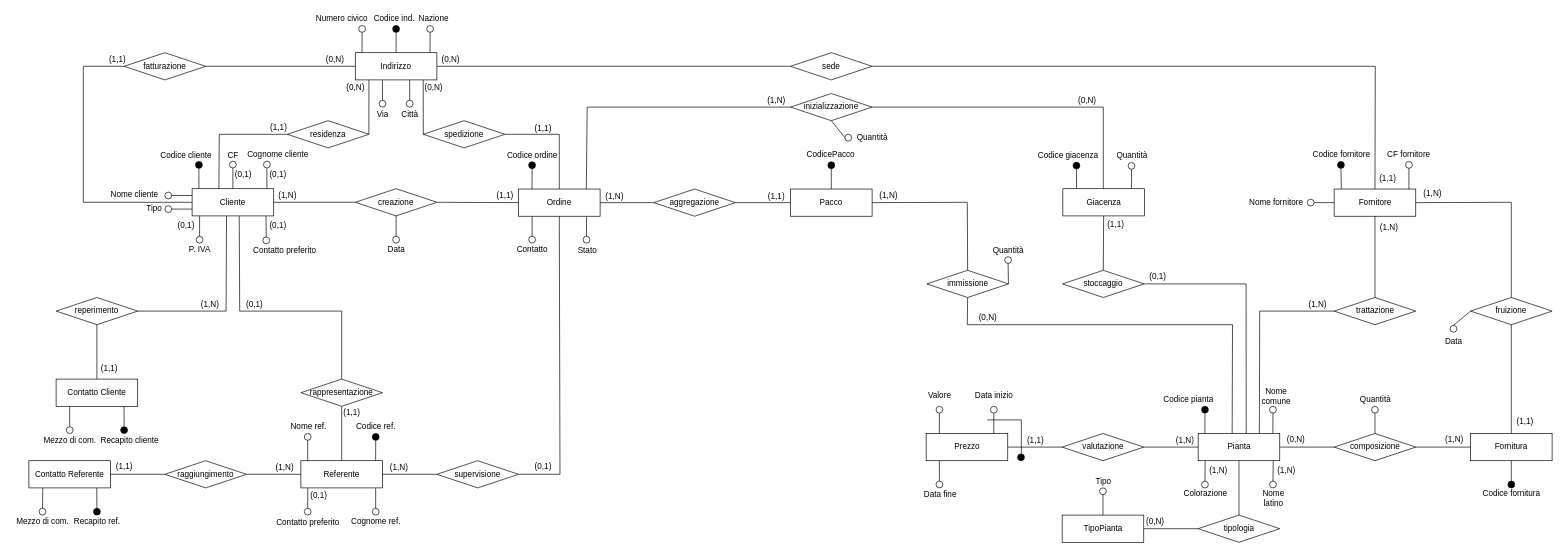
Earlier version of the draw.io diagram ER-diagrams/ER-master-bis.drawio (nic-agos/Verde-S.R.L). Source tidied: cells renumbered, new cells numbered last; positions are measured from the earlier drawing's top-left corner, leaving out a move shared by most shapes. Both pictures are drawn from the tidied source at 68%, with x=0, y=0 at pixel (12, 12).
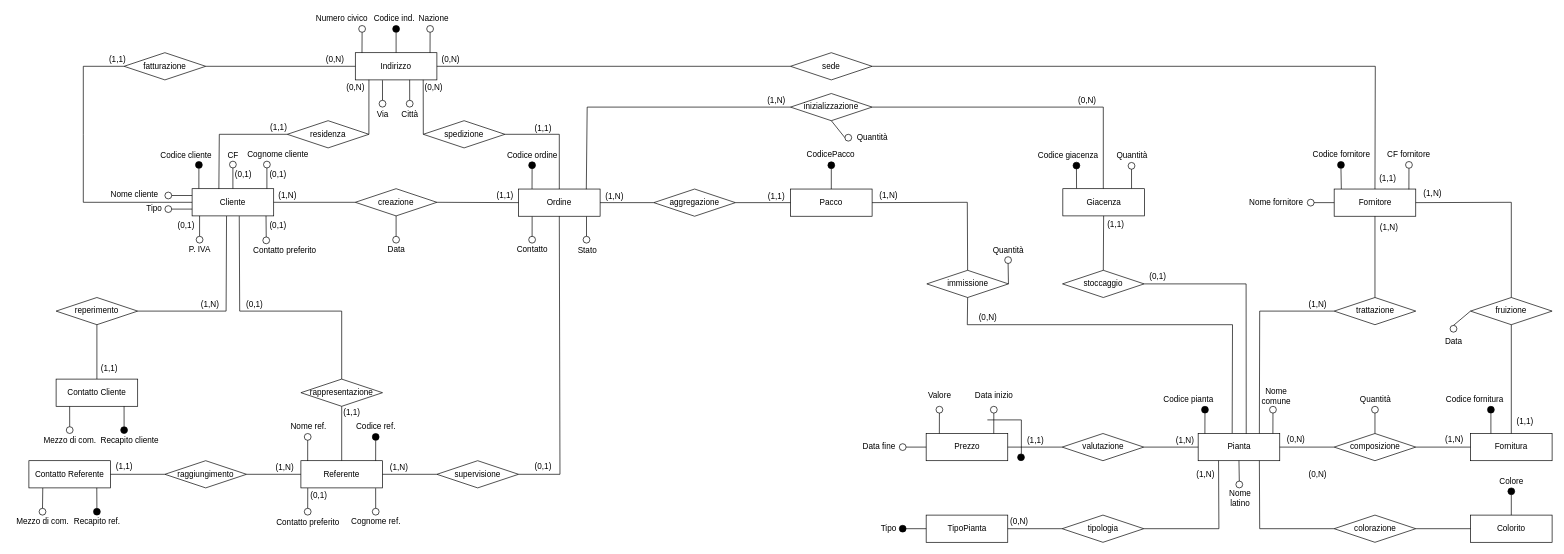
After the change.

Unchanged cells that the change refers to:
```xml
<mxCell id="67" value="Pianta" style="rounded=0;whiteSpace=wrap;html=1;strokeWidth=1;perimeterSpacing=0;" parent="1" vertex="1">
  <mxGeometry x="1744.5" y="620" width="120" height="40" as="geometry" />
</mxCell>
<mxCell id="75" value="Prezzo" style="rounded=0;whiteSpace=wrap;html=1;strokeWidth=1;perimeterSpacing=0;" parent="1" vertex="1">
  <mxGeometry x="1344.5" y="620" width="120" height="40" as="geometry" />
</mxCell>
<mxCell id="106" value="Fornitura" style="rounded=0;whiteSpace=wrap;html=1;strokeWidth=1;perimeterSpacing=0;" parent="1" vertex="1">
  <mxGeometry x="2145" y="620" width="120" height="40" as="geometry" />
</mxCell>
```

Diff of the diagram source:
```diff
@@
     <mxCell id="71" value="Nome &lt;br&gt;latino" style="text;html=1;align=center;verticalAlign=middle;strokeColor=none;fillColor=none;" parent="1" vertex="1">
-      <mxGeometry x="1829.5" y="700" width="50" height="30" as="geometry" />
+      <mxGeometry x="1781" y="700" width="50" height="30" as="geometry" />
     </mxCell>
@@
     <mxCell id="110" style="ellipse;whiteSpace=wrap;html=1;strokeWidth=1;fillColor=none;" parent="1" vertex="1">
-      <mxGeometry x="1849.5" y="690" width="10" height="10" as="geometry" />
+      <mxGeometry x="1800" y="690" width="10" height="10" as="geometry" />
     </mxCell>
-    <mxCell id="111" style="endArrow=none;html=1;rounded=0;exitX=0.5;exitY=0;exitDx=0;exitDy=0;entryX=0.92;entryY=1.001;entryDx=0;entryDy=0;entryPerimeter=0;" parent="1" edge="1" source="110" target="67">
+    <mxCell id="111" style="endArrow=none;html=1;rounded=0;exitX=0.5;exitY=0;exitDx=0;exitDy=0;entryX=0.5;entryY=1;entryDx=0;entryDy=0;" parent="1" edge="1" source="110" target="67">
       <mxGeometry relative="1" as="geometry" />
     </mxCell>
@@
     <mxCell id="130" style="ellipse;whiteSpace=wrap;html=1;strokeWidth=1;fillColor=#000000;" parent="1" vertex="1">
-      <mxGeometry x="2200" y="690" width="10" height="10" as="geometry" />
+      <mxGeometry x="2170" y="580" width="10" height="10" as="geometry" />
     </mxCell>
-    <mxCell id="131" style="endArrow=none;html=1;rounded=0;entryX=0.5;entryY=1;entryDx=0;entryDy=0;exitX=0.5;exitY=0;exitDx=0;exitDy=0;" parent="1" edge="1" source="130" target="106">
+    <mxCell id="131" style="endArrow=none;html=1;rounded=0;entryX=0.25;entryY=0;entryDx=0;entryDy=0;exitX=0.5;exitY=1;exitDx=0;exitDy=0;" parent="1" edge="1" source="130" target="106">
       <mxGeometry relative="1" as="geometry" />
     </mxCell>
     <mxCell id="132" value="Codice fornitura" style="text;html=1;align=center;verticalAlign=middle;strokeColor=none;fillColor=none;" parent="1" vertex="1">
-      <mxGeometry x="2155" y="699" width="100" height="20" as="geometry" />
+      <mxGeometry x="2101" y="560" width="100" height="20" as="geometry" />
     </mxCell>
@@
     <mxCell id="145" style="ellipse;whiteSpace=wrap;html=1;strokeWidth=1;fillColor=none;" parent="1" vertex="1">
-      <mxGeometry x="1359" y="690" width="10" height="10" as="geometry" />
+      <mxGeometry x="1305" y="635" width="10" height="10" as="geometry" />
     </mxCell>
-    <mxCell id="146" style="endArrow=none;html=1;rounded=0;exitX=0.5;exitY=0;exitDx=0;exitDy=0;entryX=0.162;entryY=1.011;entryDx=0;entryDy=0;entryPerimeter=0;" parent="1" edge="1" source="145" target="75">
+    <mxCell id="146" style="endArrow=none;html=1;rounded=0;exitX=1;exitY=0.5;exitDx=0;exitDy=0;entryX=0;entryY=0.5;entryDx=0;entryDy=0;" parent="1" edge="1" source="145" target="75">
       <mxGeometry relative="1" as="geometry" />
     </mxCell>
     <mxCell id="147" value="Data fine" style="text;html=1;align=center;verticalAlign=middle;strokeColor=none;fillColor=none;" parent="1" vertex="1">
-      <mxGeometry x="1335" y="700" width="60" height="20" as="geometry" />
+      <mxGeometry x="1245" y="629" width="60" height="20" as="geometry" />
     </mxCell>
@@
-    <mxCell id="156" style="ellipse;whiteSpace=wrap;html=1;strokeWidth=1;fillColor=none;" parent="1" vertex="1">
-      <mxGeometry x="1749.5" y="690.1" width="10" height="10" as="geometry" />
-    </mxCell>
-    <mxCell id="157" style="endArrow=none;html=1;rounded=0;exitX=0.5;exitY=0;exitDx=0;exitDy=0;entryX=0.086;entryY=1.001;entryDx=0;entryDy=0;entryPerimeter=0;" parent="1" edge="1" source="156" target="67">
-      <mxGeometry relative="1" as="geometry" />
-    </mxCell>
-    <mxCell id="158" style="endArrow=none;html=1;rounded=0;exitX=0.5;exitY=0;exitDx=0;exitDy=0;entryX=0.5;entryY=1;entryDx=0;entryDy=0;" parent="1" edge="1" source="227" target="67">
-      <mxGeometry relative="1" as="geometry" />
-    </mxCell>
-    <mxCell id="159" value="Colorazione" style="text;html=1;align=center;verticalAlign=middle;strokeColor=none;fillColor=none;" parent="1" vertex="1">
-      <mxGeometry x="1714.5" y="699" width="80" height="20" as="geometry" />
-    </mxCell>
     <mxCell id="160" value="(1,N)" style="text;html=1;align=center;verticalAlign=middle;strokeColor=none;fillColor=none;" parent="1" vertex="1">
-      <mxGeometry x="1853.5" y="665" width="40" height="20" as="geometry" />
+      <mxGeometry x="1734.5" y="670" width="40" height="20" as="geometry" />
     </mxCell>
-    <mxCell id="161" value="(1,N)" style="text;html=1;align=center;verticalAlign=middle;strokeColor=none;fillColor=none;" parent="1" vertex="1">
-      <mxGeometry x="1753.5" y="665" width="40" height="20" as="geometry" />
-    </mxCell>
@@
     <mxCell id="226" value="TipoPianta" style="rounded=0;whiteSpace=wrap;html=1;strokeWidth=1;perimeterSpacing=0;" parent="1" vertex="1">
-      <mxGeometry x="1544.5" y="740" width="120" height="40" as="geometry" />
+      <mxGeometry x="1344.5" y="740" width="120" height="40" as="geometry" />
     </mxCell>
     <mxCell id="227" value="tipologia" style="rhombus;whiteSpace=wrap;html=1;" parent="1" vertex="1">
-      <mxGeometry x="1744.5" y="740" width="120" height="40" as="geometry" />
+      <mxGeometry x="1544.5" y="740" width="120" height="40" as="geometry" />
     </mxCell>
@@
     <mxCell id="229" value="(0,N)" style="text;html=1;align=center;verticalAlign=middle;strokeColor=none;fillColor=none;" parent="1" vertex="1">
-      <mxGeometry x="1661" y="740" width="40" height="20" as="geometry" />
+      <mxGeometry x="1461" y="740" width="40" height="20" as="geometry" />
     </mxCell>
-    <mxCell id="230" style="ellipse;whiteSpace=wrap;html=1;strokeWidth=1;fillColor=none;" parent="1" vertex="1">
-      <mxGeometry x="1599.5" y="700" width="10" height="10" as="geometry" />
+    <mxCell id="230" style="ellipse;whiteSpace=wrap;html=1;strokeWidth=1;fillColor=#000000;" parent="1" vertex="1">
+      <mxGeometry x="1305" y="755" width="10" height="10" as="geometry" />
     </mxCell>
-    <mxCell id="231" style="endArrow=none;html=1;rounded=0;exitX=0.5;exitY=0;exitDx=0;exitDy=0;entryX=0.5;entryY=1;entryDx=0;entryDy=0;" parent="1" edge="1" source="226" target="230">
+    <mxCell id="231" style="endArrow=none;html=1;rounded=0;exitX=0;exitY=0.5;exitDx=0;exitDy=0;entryX=1;entryY=0.5;entryDx=0;entryDy=0;" parent="1" edge="1" source="226" target="230">
       <mxGeometry relative="1" as="geometry" />
     </mxCell>
     <mxCell id="232" value="Tipo" style="text;html=1;align=center;verticalAlign=middle;strokeColor=none;fillColor=none;" parent="1" vertex="1">
-      <mxGeometry x="1584.5" y="681" width="40" height="20" as="geometry" />
+      <mxGeometry x="1269" y="750" width="40" height="20" as="geometry" />
     </mxCell>
@@
+    <mxCell id="158" style="endArrow=none;html=1;rounded=0;entryX=0.25;entryY=1;entryDx=0;entryDy=0;exitX=1;exitY=0.5;exitDx=0;exitDy=0;" parent="1" edge="1" source="227" target="67">
+      <mxGeometry relative="1" as="geometry">
+        <Array as="points">
+          <mxPoint x="1775" y="760" />
+        </Array>
+      </mxGeometry>
+    </mxCell>
+    <mxCell id="242" value="Colorito" style="rounded=0;whiteSpace=wrap;html=1;strokeWidth=1;perimeterSpacing=0;" parent="1" vertex="1">
+      <mxGeometry x="2145" y="740" width="120" height="40" as="geometry" />
+    </mxCell>
+    <mxCell id="243" value="colorazione" style="rhombus;whiteSpace=wrap;html=1;" parent="1" vertex="1">
+      <mxGeometry x="1944.5" y="740" width="120" height="40" as="geometry" />
+    </mxCell>
+    <mxCell id="244" value="(0,N)" style="text;html=1;align=center;verticalAlign=middle;strokeColor=none;fillColor=none;" parent="1" vertex="1">
+      <mxGeometry x="1899.5" y="670" width="40" height="20" as="geometry" />
+    </mxCell>
+    <mxCell id="245" style="ellipse;whiteSpace=wrap;html=1;strokeWidth=1;fillColor=#000000;" parent="1" vertex="1">
+      <mxGeometry x="2200" y="700" width="10" height="10" as="geometry" />
+    </mxCell>
+    <mxCell id="246" style="endArrow=none;html=1;rounded=0;exitX=0.5;exitY=0;exitDx=0;exitDy=0;entryX=0.5;entryY=1;entryDx=0;entryDy=0;" parent="1" edge="1" source="242" target="245">
+      <mxGeometry relative="1" as="geometry" />
+    </mxCell>
+    <mxCell id="247" value="Colore" style="text;html=1;align=center;verticalAlign=middle;strokeColor=none;fillColor=none;" parent="1" vertex="1">
+      <mxGeometry x="2180" y="681" width="50" height="20" as="geometry" />
+    </mxCell>
+    <mxCell id="248" style="endArrow=none;html=1;rounded=0;entryX=0;entryY=0.5;entryDx=0;entryDy=0;exitX=0.75;exitY=1;exitDx=0;exitDy=0;" parent="1" edge="1" source="67" target="243">
+      <mxGeometry relative="1" as="geometry">
+        <Array as="points">
+          <mxPoint x="1835" y="760" />
+        </Array>
+      </mxGeometry>
+    </mxCell>
+    <mxCell id="249" style="endArrow=none;html=1;rounded=0;exitX=1;exitY=0.5;exitDx=0;exitDy=0;entryX=0;entryY=0.5;entryDx=0;entryDy=0;" parent="1" edge="1" source="243" target="242">
+      <mxGeometry relative="1" as="geometry" />
+    </mxCell>
```
